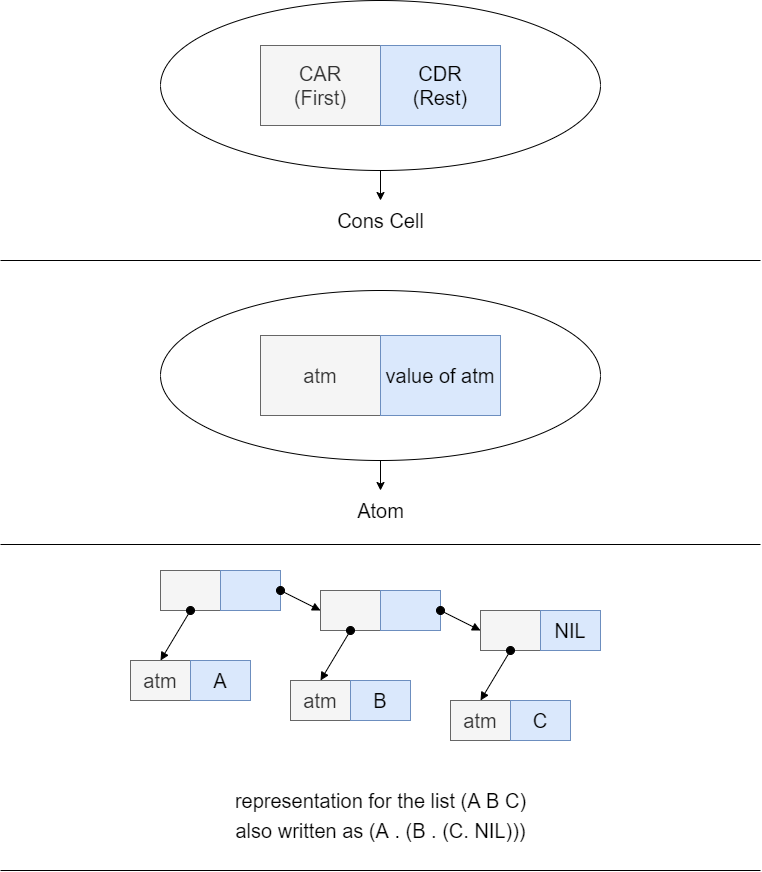
Above: lisp.png in danialkeimasi/lisp-concepts-in-programming-languages-mitchell (draw.io), before the change. Source tidied: cells renumbered, new cells last; positions are measured from the earlier drawing's top-left corner, leaving out a move shared by most shapes. Its diagram source:
```xml
<mxGraphModel>
  <root>
    <mxCell id="0" />
    <mxCell id="1" parent="0" />
    <mxCell id="2" style="ellipse;whiteSpace=wrap;html=1;fillColor=none;" parent="1" vertex="1">
      <mxGeometry x="160" width="440" height="170" as="geometry" />
    </mxCell>
    <mxCell id="3" style="endArrow=classic;html=1;exitX=0.5;exitY=1;exitDx=0;exitDy=0;" parent="1" edge="1" source="2">
      <mxGeometry relative="1" as="geometry">
        <mxPoint x="380" y="200" as="targetPoint" />
      </mxGeometry>
    </mxCell>
    <mxCell id="4" value="&lt;font style=&quot;font-size: 20px&quot;&gt;CAR&lt;br&gt;(First)&lt;br&gt;&lt;/font&gt;" style="rounded=0;whiteSpace=wrap;html=1;fillColor=#f5f5f5;strokeColor=#666666;fontColor=#333333;" parent="1" vertex="1">
      <mxGeometry x="260" y="45" width="120" height="80" as="geometry" />
    </mxCell>
    <mxCell id="5" value="&lt;font style=&quot;font-size: 20px&quot;&gt;CDR&lt;br&gt;(Rest)&lt;br&gt;&lt;/font&gt;" style="rounded=0;whiteSpace=wrap;html=1;fillColor=#dae8fc;strokeColor=#6c8ebf;" parent="1" vertex="1">
      <mxGeometry x="380" y="45" width="120" height="80" as="geometry" />
    </mxCell>
    <mxCell id="6" value="&lt;span style=&quot;font-size: 20px&quot;&gt;Cons Cell&lt;/span&gt;" style="text;html=1;align=center;verticalAlign=middle;" parent="1" vertex="1">
      <mxGeometry x="330" y="210" width="100" height="20" as="geometry" />
    </mxCell>
    <mxCell id="7" style="endArrow=none;html=1;" parent="1" edge="1">
      <mxGeometry relative="1" as="geometry">
        <mxPoint y="260" as="sourcePoint" />
        <mxPoint x="760" y="260" as="targetPoint" />
      </mxGeometry>
    </mxCell>
    <mxCell id="8" style="ellipse;whiteSpace=wrap;html=1;fillColor=none;" parent="1" vertex="1">
      <mxGeometry x="160" y="290" width="440" height="170" as="geometry" />
    </mxCell>
    <mxCell id="9" style="endArrow=classic;html=1;exitX=0.5;exitY=1;exitDx=0;exitDy=0;" parent="1" edge="1" source="8">
      <mxGeometry relative="1" as="geometry">
        <mxPoint x="380" y="490" as="targetPoint" />
      </mxGeometry>
    </mxCell>
    <mxCell id="10" value="&lt;font style=&quot;font-size: 20px&quot;&gt;atm&lt;br&gt;&lt;/font&gt;" style="rounded=0;whiteSpace=wrap;html=1;fillColor=#f5f5f5;strokeColor=#666666;fontColor=#333333;" parent="1" vertex="1">
      <mxGeometry x="260" y="335" width="120" height="80" as="geometry" />
    </mxCell>
    <mxCell id="11" value="&lt;font style=&quot;font-size: 20px&quot;&gt;value of atm&lt;br&gt;&lt;/font&gt;" style="rounded=0;whiteSpace=wrap;html=1;fillColor=#dae8fc;strokeColor=#6c8ebf;" parent="1" vertex="1">
      <mxGeometry x="380" y="335" width="120" height="80" as="geometry" />
    </mxCell>
    <mxCell id="12" value="&lt;span style=&quot;font-size: 20px&quot;&gt;Atom&lt;/span&gt;" style="text;html=1;align=center;verticalAlign=middle;" parent="1" vertex="1">
      <mxGeometry x="350" y="500" width="60" height="20" as="geometry" />
    </mxCell>
    <mxCell id="13" style="endArrow=none;html=1;" parent="1" edge="1">
      <mxGeometry relative="1" as="geometry">
        <mxPoint y="544" as="sourcePoint" />
        <mxPoint x="760" y="544" as="targetPoint" />
      </mxGeometry>
    </mxCell>
    <mxCell id="14" value="&lt;font style=&quot;font-size: 20px&quot;&gt;&lt;br&gt;&lt;/font&gt;" style="rounded=0;whiteSpace=wrap;html=1;fillColor=#f5f5f5;strokeColor=#666666;fontColor=#333333;" parent="1" vertex="1">
      <mxGeometry x="160" y="570" width="60" height="40" as="geometry" />
    </mxCell>
    <mxCell id="15" value="&lt;font style=&quot;font-size: 20px&quot;&gt;&lt;br&gt;&lt;/font&gt;" style="rounded=0;whiteSpace=wrap;html=1;fillColor=#dae8fc;strokeColor=#6c8ebf;" parent="1" vertex="1">
      <mxGeometry x="220" y="570" width="60" height="40" as="geometry" />
    </mxCell>
    <mxCell id="16" value="&lt;font style=&quot;font-size: 20px&quot;&gt;&lt;br&gt;&lt;/font&gt;" style="rounded=0;whiteSpace=wrap;html=1;fillColor=#f5f5f5;strokeColor=#666666;fontColor=#333333;" parent="1" vertex="1">
      <mxGeometry x="320" y="590" width="60" height="40" as="geometry" />
    </mxCell>
    <mxCell id="17" value="&lt;font style=&quot;font-size: 20px&quot;&gt;&lt;br&gt;&lt;/font&gt;" style="rounded=0;whiteSpace=wrap;html=1;fillColor=#dae8fc;strokeColor=#6c8ebf;" parent="1" vertex="1">
      <mxGeometry x="380" y="590" width="60" height="40" as="geometry" />
    </mxCell>
    <mxCell id="18" value="&lt;font style=&quot;font-size: 20px&quot;&gt;&lt;br&gt;&lt;/font&gt;" style="rounded=0;whiteSpace=wrap;html=1;fillColor=#f5f5f5;strokeColor=#666666;fontColor=#333333;" parent="1" vertex="1">
      <mxGeometry x="480" y="610" width="60" height="40" as="geometry" />
    </mxCell>
    <mxCell id="19" value="&lt;font style=&quot;font-size: 20px&quot;&gt;NIL&lt;br&gt;&lt;/font&gt;" style="rounded=0;whiteSpace=wrap;html=1;fillColor=#dae8fc;strokeColor=#6c8ebf;" parent="1" vertex="1">
      <mxGeometry x="540" y="610" width="60" height="40" as="geometry" />
    </mxCell>
    <mxCell id="20" style="html=1;verticalAlign=bottom;startArrow=oval;startFill=1;endArrow=block;startSize=8;exitX=1;exitY=0.5;exitDx=0;exitDy=0;entryX=0;entryY=0.5;entryDx=0;entryDy=0;" parent="1" edge="1" source="15" target="16">
      <mxGeometry relative="1" as="geometry" />
    </mxCell>
    <mxCell id="21" style="html=1;verticalAlign=bottom;startArrow=oval;startFill=1;endArrow=block;startSize=8;exitX=1;exitY=0.5;exitDx=0;exitDy=0;entryX=0;entryY=0.5;entryDx=0;entryDy=0;" parent="1" edge="1" source="17" target="18">
      <mxGeometry relative="1" as="geometry" />
    </mxCell>
    <mxCell id="22" value="&lt;font style=&quot;font-size: 20px&quot;&gt;atm&lt;br&gt;&lt;/font&gt;" style="rounded=0;whiteSpace=wrap;html=1;fillColor=#f5f5f5;strokeColor=#666666;fontColor=#333333;" parent="1" vertex="1">
      <mxGeometry x="130" y="660" width="60" height="40" as="geometry" />
    </mxCell>
    <mxCell id="23" value="&lt;font style=&quot;font-size: 20px&quot;&gt;A&lt;br&gt;&lt;/font&gt;" style="rounded=0;whiteSpace=wrap;html=1;fillColor=#dae8fc;strokeColor=#6c8ebf;" parent="1" vertex="1">
      <mxGeometry x="190" y="660" width="60" height="40" as="geometry" />
    </mxCell>
    <mxCell id="24" style="html=1;verticalAlign=bottom;startArrow=oval;startFill=1;endArrow=block;startSize=8;exitX=0.5;exitY=1;exitDx=0;exitDy=0;entryX=0.5;entryY=0;entryDx=0;entryDy=0;" parent="1" edge="1" source="14" target="22">
      <mxGeometry relative="1" as="geometry" />
    </mxCell>
    <mxCell id="25" value="&lt;font style=&quot;font-size: 20px&quot;&gt;atm&lt;br&gt;&lt;/font&gt;" style="rounded=0;whiteSpace=wrap;html=1;fillColor=#f5f5f5;strokeColor=#666666;fontColor=#333333;" parent="1" vertex="1">
      <mxGeometry x="290" y="680" width="60" height="40" as="geometry" />
    </mxCell>
    <mxCell id="26" value="&lt;font style=&quot;font-size: 20px&quot;&gt;B&lt;br&gt;&lt;/font&gt;" style="rounded=0;whiteSpace=wrap;html=1;fillColor=#dae8fc;strokeColor=#6c8ebf;" parent="1" vertex="1">
      <mxGeometry x="350" y="680" width="60" height="40" as="geometry" />
    </mxCell>
    <mxCell id="27" style="html=1;verticalAlign=bottom;startArrow=oval;startFill=1;endArrow=block;startSize=8;exitX=0.5;exitY=1;exitDx=0;exitDy=0;entryX=0.5;entryY=0;entryDx=0;entryDy=0;" parent="1" edge="1" source="16" target="25">
      <mxGeometry relative="1" as="geometry" />
    </mxCell>
    <mxCell id="28" value="&lt;font style=&quot;font-size: 20px&quot;&gt;atm&lt;br&gt;&lt;/font&gt;" style="rounded=0;whiteSpace=wrap;html=1;fillColor=#f5f5f5;strokeColor=#666666;fontColor=#333333;" parent="1" vertex="1">
      <mxGeometry x="450" y="700" width="60" height="40" as="geometry" />
    </mxCell>
    <mxCell id="29" value="&lt;font style=&quot;font-size: 20px&quot;&gt;C&lt;br&gt;&lt;/font&gt;" style="rounded=0;whiteSpace=wrap;html=1;fillColor=#dae8fc;strokeColor=#6c8ebf;" parent="1" vertex="1">
      <mxGeometry x="510" y="700" width="60" height="40" as="geometry" />
    </mxCell>
    <mxCell id="30" style="html=1;verticalAlign=bottom;startArrow=oval;startFill=1;endArrow=block;startSize=8;exitX=0.5;exitY=1;exitDx=0;exitDy=0;entryX=0.5;entryY=0;entryDx=0;entryDy=0;" parent="1" edge="1" source="18" target="28">
      <mxGeometry relative="1" as="geometry" />
    </mxCell>
    <mxCell id="31" value="&lt;span style=&quot;font-size: 20px&quot;&gt;representation for the list (A B C)&lt;/span&gt;" style="text;html=1;align=center;verticalAlign=middle;" parent="1" vertex="1">
      <mxGeometry x="225" y="790" width="310" height="20" as="geometry" />
    </mxCell>
    <mxCell id="32" value="&lt;span style=&quot;font-size: 20px&quot;&gt;also written as (A . (B . (C. NIL)))&lt;/span&gt;" style="text;html=1;align=center;verticalAlign=middle;" parent="1" vertex="1">
      <mxGeometry x="230" y="820" width="300" height="20" as="geometry" />
    </mxCell>
    <mxCell id="33" style="endArrow=none;html=1;" parent="1" edge="1">
      <mxGeometry relative="1" as="geometry">
        <mxPoint y="870" as="sourcePoint" />
        <mxPoint x="760" y="870" as="targetPoint" />
      </mxGeometry>
    </mxCell>
  </root>
</mxGraphModel>
```
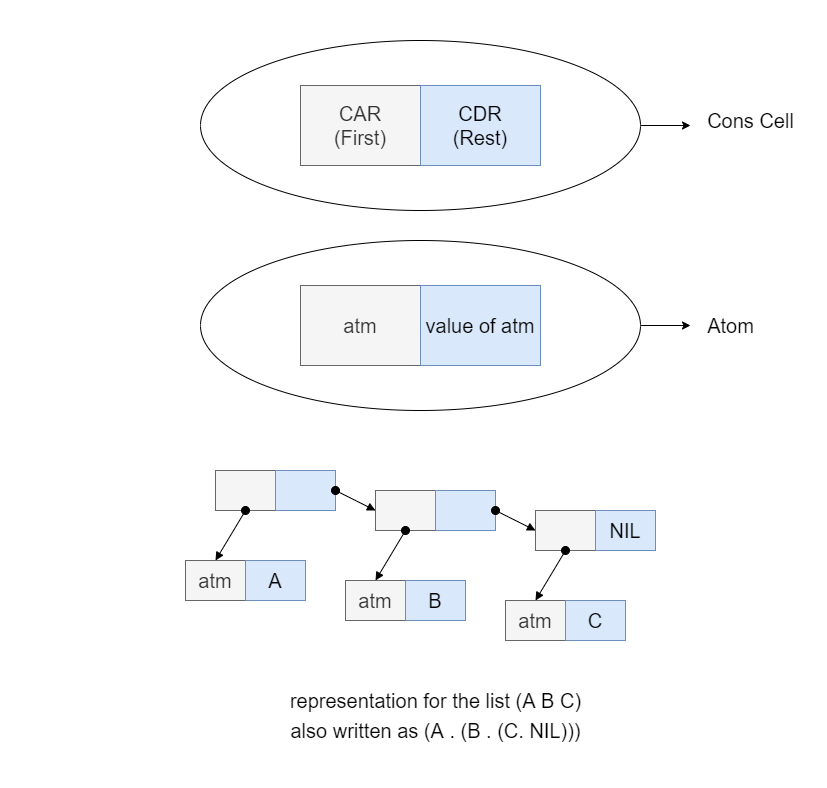
The same diagram one commit later.

Change to the diagram source:
```diff
@@ -3,51 +3,39 @@
     <mxCell id="0" />
     <mxCell id="1" parent="0" />
     <mxCell id="2" style="ellipse;whiteSpace=wrap;html=1;fillColor=none;" parent="1" vertex="1">
-      <mxGeometry x="160" width="440" height="170" as="geometry" />
+      <mxGeometry x="145" y="140" width="440" height="170" as="geometry" />
     </mxCell>
-    <mxCell id="3" style="endArrow=classic;html=1;exitX=0.5;exitY=1;exitDx=0;exitDy=0;" parent="1" edge="1" source="2">
+    <mxCell id="3" style="endArrow=classic;html=1;exitX=1;exitY=0.5;exitDx=0;exitDy=0;" parent="1" edge="1" source="2">
       <mxGeometry relative="1" as="geometry">
-        <mxPoint x="380" y="200" as="targetPoint" />
+        <mxPoint x="635" y="225" as="targetPoint" />
       </mxGeometry>
     </mxCell>
     <mxCell id="4" value="&lt;font style=&quot;font-size: 20px&quot;&gt;CAR&lt;br&gt;(First)&lt;br&gt;&lt;/font&gt;" style="rounded=0;whiteSpace=wrap;html=1;fillColor=#f5f5f5;strokeColor=#666666;fontColor=#333333;" parent="1" vertex="1">
-      <mxGeometry x="260" y="45" width="120" height="80" as="geometry" />
+      <mxGeometry x="245" y="185" width="120" height="80" as="geometry" />
     </mxCell>
     <mxCell id="5" value="&lt;font style=&quot;font-size: 20px&quot;&gt;CDR&lt;br&gt;(Rest)&lt;br&gt;&lt;/font&gt;" style="rounded=0;whiteSpace=wrap;html=1;fillColor=#dae8fc;strokeColor=#6c8ebf;" parent="1" vertex="1">
-      <mxGeometry x="380" y="45" width="120" height="80" as="geometry" />
+      <mxGeometry x="365" y="185" width="120" height="80" as="geometry" />
     </mxCell>
     <mxCell id="6" value="&lt;span style=&quot;font-size: 20px&quot;&gt;Cons Cell&lt;/span&gt;" style="text;html=1;align=center;verticalAlign=middle;" parent="1" vertex="1">
-      <mxGeometry x="330" y="210" width="100" height="20" as="geometry" />
+      <mxGeometry x="645" y="210" width="100" height="20" as="geometry" />
     </mxCell>
-    <mxCell id="7" style="endArrow=none;html=1;" parent="1" edge="1">
-      <mxGeometry relative="1" as="geometry">
-        <mxPoint y="260" as="sourcePoint" />
-        <mxPoint x="760" y="260" as="targetPoint" />
-      </mxGeometry>
-    </mxCell>
     <mxCell id="8" style="ellipse;whiteSpace=wrap;html=1;fillColor=none;" parent="1" vertex="1">
-      <mxGeometry x="160" y="290" width="440" height="170" as="geometry" />
+      <mxGeometry x="145" y="340" width="440" height="170" as="geometry" />
     </mxCell>
-    <mxCell id="9" style="endArrow=classic;html=1;exitX=0.5;exitY=1;exitDx=0;exitDy=0;" parent="1" edge="1" source="8">
+    <mxCell id="9" style="endArrow=classic;html=1;exitX=1;exitY=0.5;exitDx=0;exitDy=0;" parent="1" edge="1" source="8">
       <mxGeometry relative="1" as="geometry">
-        <mxPoint x="380" y="490" as="targetPoint" />
+        <mxPoint x="635" y="425" as="targetPoint" />
       </mxGeometry>
     </mxCell>
     <mxCell id="10" value="&lt;font style=&quot;font-size: 20px&quot;&gt;atm&lt;br&gt;&lt;/font&gt;" style="rounded=0;whiteSpace=wrap;html=1;fillColor=#f5f5f5;strokeColor=#666666;fontColor=#333333;" parent="1" vertex="1">
-      <mxGeometry x="260" y="335" width="120" height="80" as="geometry" />
+      <mxGeometry x="245" y="385" width="120" height="80" as="geometry" />
     </mxCell>
     <mxCell id="11" value="&lt;font style=&quot;font-size: 20px&quot;&gt;value of atm&lt;br&gt;&lt;/font&gt;" style="rounded=0;whiteSpace=wrap;html=1;fillColor=#dae8fc;strokeColor=#6c8ebf;" parent="1" vertex="1">
-      <mxGeometry x="380" y="335" width="120" height="80" as="geometry" />
+      <mxGeometry x="365" y="385" width="120" height="80" as="geometry" />
     </mxCell>
     <mxCell id="12" value="&lt;span style=&quot;font-size: 20px&quot;&gt;Atom&lt;/span&gt;" style="text;html=1;align=center;verticalAlign=middle;" parent="1" vertex="1">
-      <mxGeometry x="350" y="500" width="60" height="20" as="geometry" />
+      <mxGeometry x="645" y="415" width="60" height="20" as="geometry" />
     </mxCell>
-    <mxCell id="13" style="endArrow=none;html=1;" parent="1" edge="1">
-      <mxGeometry relative="1" as="geometry">
-        <mxPoint y="544" as="sourcePoint" />
-        <mxPoint x="760" y="544" as="targetPoint" />
-      </mxGeometry>
-    </mxCell>
     <mxCell id="14" value="&lt;font style=&quot;font-size: 20px&quot;&gt;&lt;br&gt;&lt;/font&gt;" style="rounded=0;whiteSpace=wrap;html=1;fillColor=#f5f5f5;strokeColor=#666666;fontColor=#333333;" parent="1" vertex="1">
       <mxGeometry x="160" y="570" width="60" height="40" as="geometry" />
     </mxCell>
@@ -105,11 +93,5 @@
     <mxCell id="32" value="&lt;span style=&quot;font-size: 20px&quot;&gt;also written as (A . (B . (C. NIL)))&lt;/span&gt;" style="text;html=1;align=center;verticalAlign=middle;" parent="1" vertex="1">
       <mxGeometry x="230" y="820" width="300" height="20" as="geometry" />
     </mxCell>
-    <mxCell id="33" style="endArrow=none;html=1;" parent="1" edge="1">
-      <mxGeometry relative="1" as="geometry">
-        <mxPoint y="870" as="sourcePoint" />
-        <mxPoint x="760" y="870" as="targetPoint" />
-      </mxGeometry>
-    </mxCell>
   </root>
 </mxGraphModel>
```
